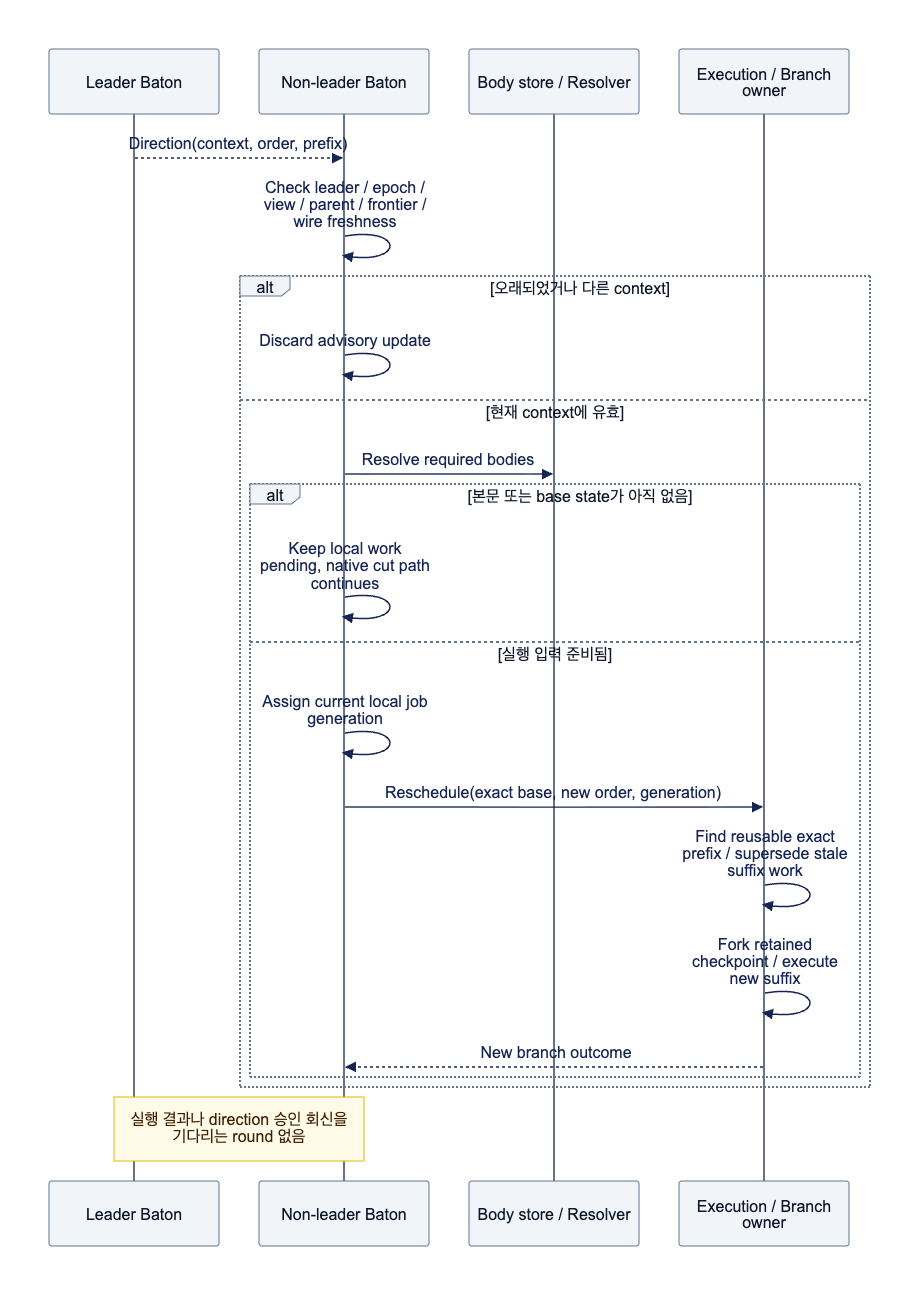
Above: assets/diagrams/diagram-07.png in djm07073/baton-research (Mermaid), before the change. Its source is kept beside it as assets/diagrams/diagram-07.mmd.
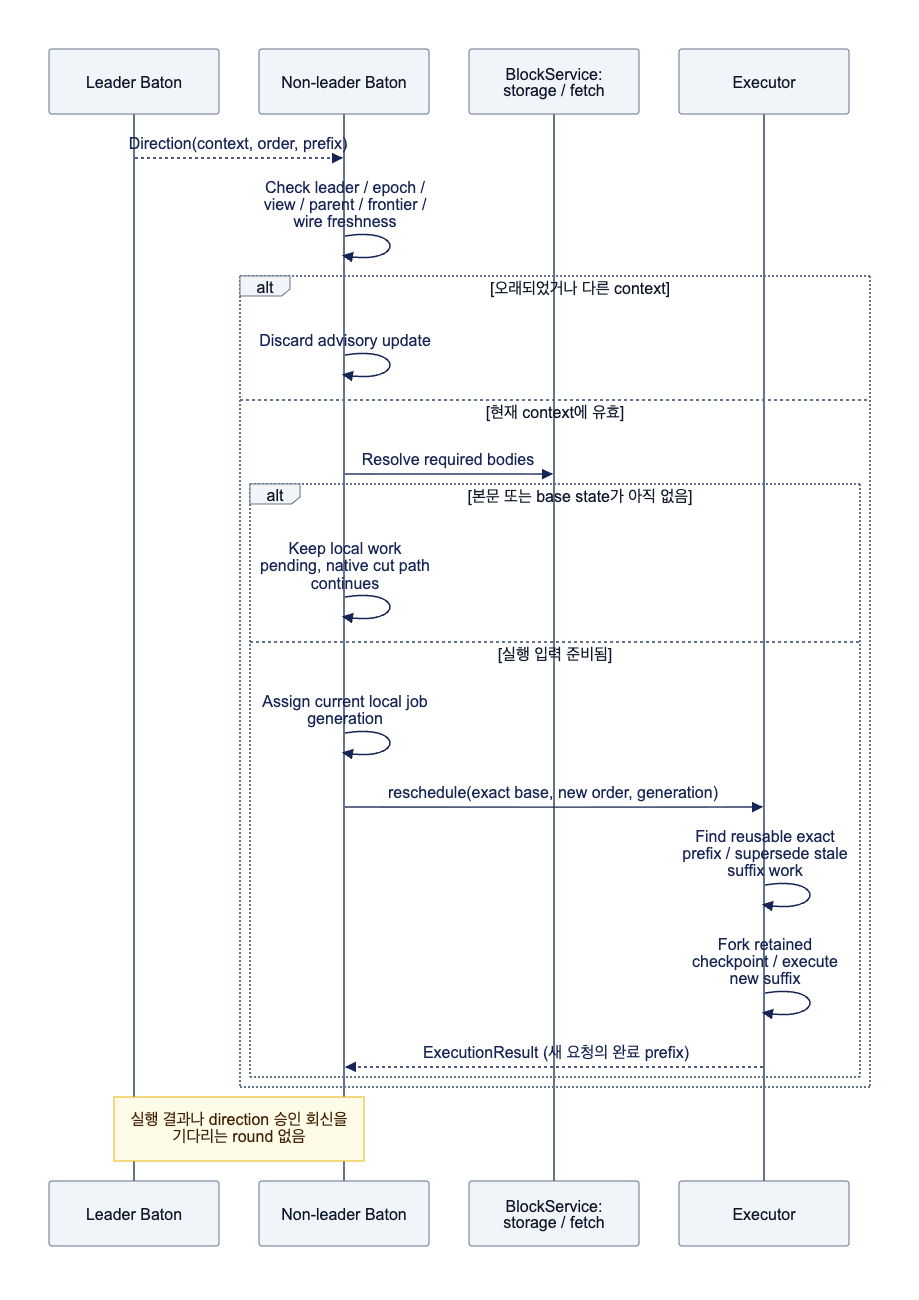
Later version of the same file.

Diff of the diagram source:
```diff
@@ -1,8 +1,8 @@
 sequenceDiagram
     participant L as Leader Baton
     participant B as Non-leader Baton
-    participant S as Body store / Resolver
-    participant E as Execution / Branch owner
+    participant S as BlockService: storage / fetch
+    participant E as Executor
     L-->>B: Direction(context, order, prefix)
     B->>B: Check leader / epoch / view / parent / frontier / wire freshness
     alt 오래되었거나 다른 context
@@ -13,10 +13,10 @@
             B->>B: Keep local work pending, native cut path continues
         else 실행 입력 준비됨
             B->>B: Assign current local job generation
-            B->>E: Reschedule(exact base, new order, generation)
+            B->>E: reschedule(exact base, new order, generation)
             E->>E: Find reusable exact prefix / supersede stale suffix work
             E->>E: Fork retained checkpoint / execute new suffix
-            E-->>B: New branch outcome
+            E-->>B: ExecutionResult (새 요청의 완료 prefix)
         end
     end
     Note over L,B: 실행 결과나 direction 승인 회신을 기다리는 round 없음
```
